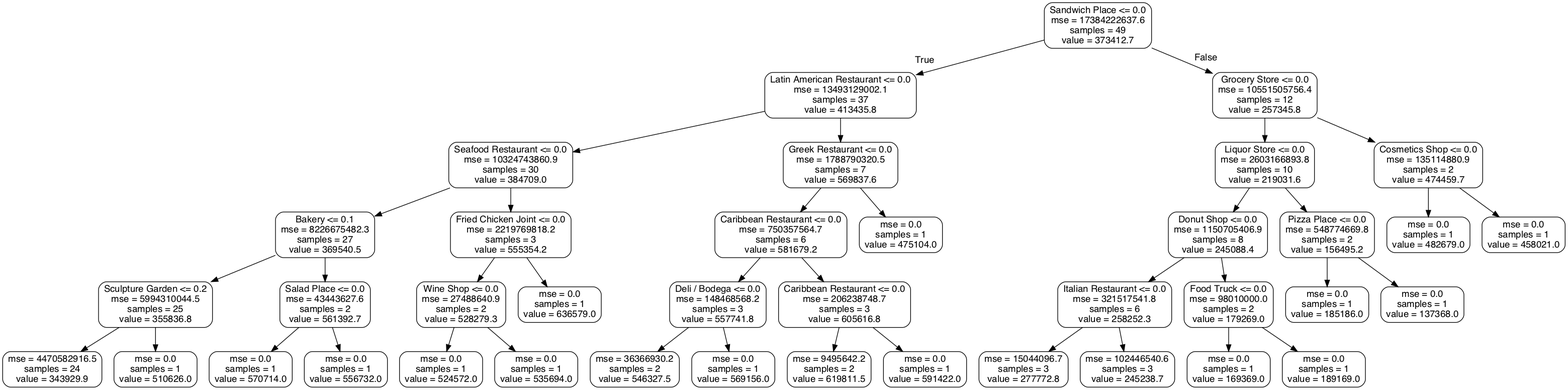
allaccountstaken/predicting_urban_home_values keeps this Graphviz diagram as low_price_tree.png. Above is the earlier version. Its source is kept beside it as low_price_tree.dot.
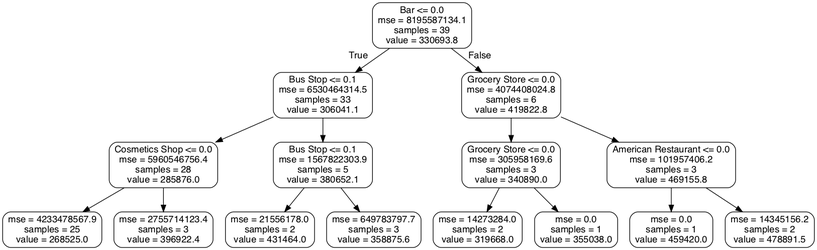
Later version of the same file.

Diff of the diagram source:
```diff
@@ -1,81 +1,33 @@
 digraph Tree {
 node [shape=box, style="rounded", color="black", fontname=helvetica] ;
 edge [fontname=helvetica] ;
-0 [label="Sandwich Place <= 0.0\nmse = 17384222637.6\nsamples = 49\nvalue = 373412.7"] ;
-1 [label="Latin American Restaurant <= 0.0\nmse = 13493129002.1\nsamples = 37\nvalue = 413435.8"] ;
+0 [label="Bar <= 0.0\nmse = 8195587134.1\nsamples = 39\nvalue = 330693.8"] ;
+1 [label="Bus Stop <= 0.1\nmse = 6530464314.5\nsamples = 33\nvalue = 306041.1"] ;
 0 -> 1 [labeldistance=2.5, labelangle=45, headlabel="True"] ;
-2 [label="Seafood Restaurant <= 0.0\nmse = 10324743860.9\nsamples = 30\nvalue = 384709.0"] ;
+2 [label="Cosmetics Shop <= 0.0\nmse = 5960546756.4\nsamples = 28\nvalue = 285876.0"] ;
 1 -> 2 ;
-3 [label="Bakery <= 0.1\nmse = 8226675482.3\nsamples = 27\nvalue = 369540.5"] ;
+3 [label="mse = 4233478567.9\nsamples = 25\nvalue = 268525.0"] ;
 2 -> 3 ;
-4 [label="Sculpture Garden <= 0.2\nmse = 5994310044.5\nsamples = 25\nvalue = 355836.8"] ;
-3 -> 4 ;
-5 [label="mse = 4470582916.5\nsamples = 24\nvalue = 343929.9"] ;
-4 -> 5 ;
-6 [label="mse = 0.0\nsamples = 1\nvalue = 510626.0"] ;
-4 -> 6 ;
-7 [label="Salad Place <= 0.0\nmse = 43443627.6\nsamples = 2\nvalue = 561392.7"] ;
-3 -> 7 ;
-8 [label="mse = 0.0\nsamples = 1\nvalue = 570714.0"] ;
-7 -> 8 ;
-9 [label="mse = 0.0\nsamples = 1\nvalue = 556732.0"] ;
-7 -> 9 ;
-10 [label="Fried Chicken Joint <= 0.0\nmse = 2219769818.2\nsamples = 3\nvalue = 555354.2"] ;
-2 -> 10 ;
-11 [label="Wine Shop <= 0.0\nmse = 27488640.9\nsamples = 2\nvalue = 528279.3"] ;
-10 -> 11 ;
-12 [label="mse = 0.0\nsamples = 1\nvalue = 524572.0"] ;
-11 -> 12 ;
-13 [label="mse = 0.0\nsamples = 1\nvalue = 535694.0"] ;
-11 -> 13 ;
-14 [label="mse = 0.0\nsamples = 1\nvalue = 636579.0"] ;
-10 -> 14 ;
-15 [label="Greek Restaurant <= 0.0\nmse = 1788790320.5\nsamples = 7\nvalue = 569837.6"] ;
-1 -> 15 ;
-16 [label="Caribbean Restaurant <= 0.0\nmse = 750357564.7\nsamples = 6\nvalue = 581679.2"] ;
-15 -> 16 ;
-17 [label="Deli / Bodega <= 0.0\nmse = 148468568.2\nsamples = 3\nvalue = 557741.8"] ;
-16 -> 17 ;
-18 [label="mse = 36366930.2\nsamples = 2\nvalue = 546327.5"] ;
-17 -> 18 ;
-19 [label="mse = 0.0\nsamples = 1\nvalue = 569156.0"] ;
-17 -> 19 ;
-20 [label="Caribbean Restaurant <= 0.0\nmse = 206238748.7\nsamples = 3\nvalue = 605616.8"] ;
-16 -> 20 ;
-21 [label="mse = 9495642.2\nsamples = 2\nvalue = 619811.5"] ;
-20 -> 21 ;
-22 [label="mse = 0.0\nsamples = 1\nvalue = 591422.0"] ;
-20 -> 22 ;
-23 [label="mse = 0.0\nsamples = 1\nvalue = 475104.0"] ;
-15 -> 23 ;
-24 [label="Grocery Store <= 0.0\nmse = 10551505756.4\nsamples = 12\nvalue = 257345.8"] ;
-0 -> 24 [labeldistance=2.5, labelangle=-45, headlabel="False"] ;
-25 [label="Liquor Store <= 0.0\nmse = 2603166893.8\nsamples = 10\nvalue = 219031.6"] ;
-24 -> 25 ;
-26 [label="Donut Shop <= 0.0\nmse = 1150705406.9\nsamples = 8\nvalue = 245088.4"] ;
-25 -> 26 ;
-27 [label="Italian Restaurant <= 0.0\nmse = 321517541.8\nsamples = 6\nvalue = 258252.3"] ;
-26 -> 27 ;
-28 [label="mse = 15044096.7\nsamples = 3\nvalue = 277772.8"] ;
-27 -> 28 ;
-29 [label="mse = 102446540.6\nsamples = 3\nvalue = 245238.7"] ;
-27 -> 29 ;
-30 [label="Food Truck <= 0.0\nmse = 98010000.0\nsamples = 2\nvalue = 179269.0"] ;
-26 -> 30 ;
-31 [label="mse = 0.0\nsamples = 1\nvalue = 169369.0"] ;
-30 -> 31 ;
-32 [label="mse = 0.0\nsamples = 1\nvalue = 189169.0"] ;
-30 -> 32 ;
-33 [label="Pizza Place <= 0.0\nmse = 548774669.8\nsamples = 2\nvalue = 156495.2"] ;
-25 -> 33 ;
-34 [label="mse = 0.0\nsamples = 1\nvalue = 185186.0"] ;
-33 -> 34 ;
-35 [label="mse = 0.0\nsamples = 1\nvalue = 137368.0"] ;
-33 -> 35 ;
-36 [label="Cosmetics Shop <= 0.0\nmse = 135114880.9\nsamples = 2\nvalue = 474459.7"] ;
-24 -> 36 ;
-37 [label="mse = 0.0\nsamples = 1\nvalue = 482679.0"] ;
-36 -> 37 ;
-38 [label="mse = 0.0\nsamples = 1\nvalue = 458021.0"] ;
-36 -> 38 ;
+4 [label="mse = 2755714123.4\nsamples = 3\nvalue = 396922.4"] ;
+2 -> 4 ;
+5 [label="Bus Stop <= 0.1\nmse = 1567822303.9\nsamples = 5\nvalue = 380652.1"] ;
+1 -> 5 ;
+6 [label="mse = 21556178.0\nsamples = 2\nvalue = 431464.0"] ;
+5 -> 6 ;
+7 [label="mse = 649783797.7\nsamples = 3\nvalue = 358875.6"] ;
+5 -> 7 ;
+8 [label="Grocery Store <= 0.0\nmse = 4074408024.8\nsamples = 6\nvalue = 419822.8"] ;
+0 -> 8 [labeldistance=2.5, labelangle=-45, headlabel="False"] ;
+9 [label="Grocery Store <= 0.0\nmse = 305958169.6\nsamples = 3\nvalue = 340890.0"] ;
+8 -> 9 ;
+10 [label="mse = 14273284.0\nsamples = 2\nvalue = 319668.0"] ;
+9 -> 10 ;
+11 [label="mse = 0.0\nsamples = 1\nvalue = 355038.0"] ;
+9 -> 11 ;
+12 [label="American Restaurant <= 0.0\nmse = 101957406.2\nsamples = 3\nvalue = 469155.8"] ;
+8 -> 12 ;
+13 [label="mse = 0.0\nsamples = 1\nvalue = 459420.0"] ;
+12 -> 13 ;
+14 [label="mse = 14345156.2\nsamples = 2\nvalue = 478891.5"] ;
+12 -> 14 ;
 }
```
